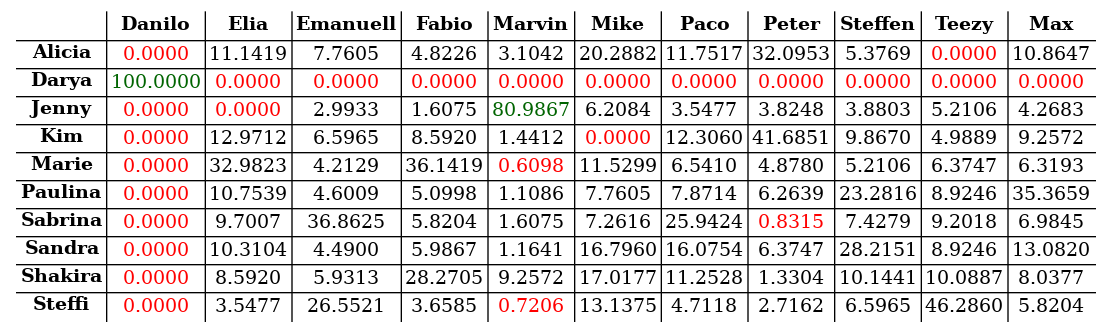
Before: s03r/s03r_tab.png, a diagram exported from Graphviz (atticus-sullivan/sim-ayto). Its source is kept beside it as s03r/s03r_tab.dot.
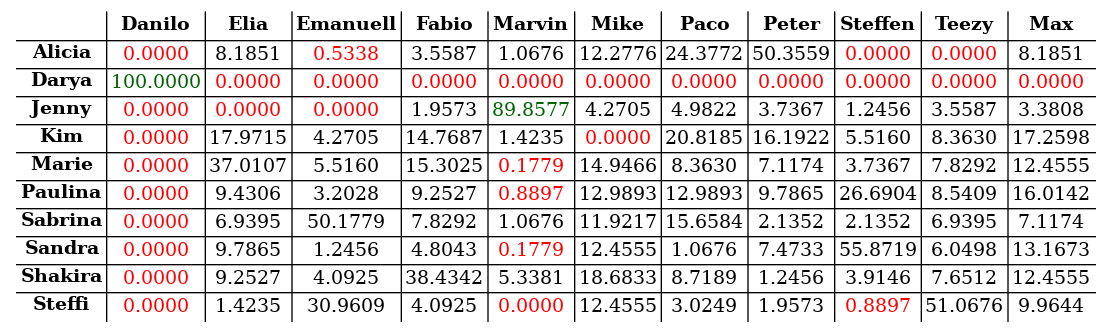
After the change.

Change to the diagram source:
```diff
@@ -17,16 +17,16 @@
 <tr>
 <td><B>Alicia</B></td>
 <td><font color="red">0.0000</font></td>
-<td><font color="black">11.1419</font></td>
-<td><font color="black">7.7605</font></td>
-<td><font color="black">4.8226</font></td>
-<td><font color="black">3.1042</font></td>
-<td><font color="black">20.2882</font></td>
-<td><font color="black">11.7517</font></td>
-<td><font color="black">32.0953</font></td>
-<td><font color="black">5.3769</font></td>
+<td><font color="black">8.1851</font></td>
+<td><font color="red">0.5338</font></td>
+<td><font color="black">3.5587</font></td>
+<td><font color="black">1.0676</font></td>
+<td><font color="black">12.2776</font></td>
+<td><font color="black">24.3772</font></td>
+<td><font color="black">50.3559</font></td>
 <td><font color="red">0.0000</font></td>
-<td><font color="black">10.8647</font></td>
+<td><font color="red">0.0000</font></td>
+<td><font color="black">8.1851</font></td>
 </tr>
 <tr>
 <td><B>Darya</B></td>
@@ -46,113 +46,113 @@
 <td><B>Jenny</B></td>
 <td><font color="red">0.0000</font></td>
 <td><font color="red">0.0000</font></td>
-<td><font color="black">2.9933</font></td>
-<td><font color="black">1.6075</font></td>
-<td><font color="darkgreen">80.9867</font></td>
-<td><font color="black">6.2084</font></td>
-<td><font color="black">3.5477</font></td>
-<td><font color="black">3.8248</font></td>
-<td><font color="black">3.8803</font></td>
-<td><font color="black">5.2106</font></td>
-<td><font color="black">4.2683</font></td>
+<td><font color="red">0.0000</font></td>
+<td><font color="black">1.9573</font></td>
+<td><font color="darkgreen">89.8577</font></td>
+<td><font color="black">4.2705</font></td>
+<td><font color="black">4.9822</font></td>
+<td><font color="black">3.7367</font></td>
+<td><font color="black">1.2456</font></td>
+<td><font color="black">3.5587</font></td>
+<td><font color="black">3.3808</font></td>
 </tr>
 <tr>
 <td><B>Kim</B></td>
 <td><font color="red">0.0000</font></td>
-<td><font color="black">12.9712</font></td>
-<td><font color="black">6.5965</font></td>
-<td><font color="black">8.5920</font></td>
-<td><font color="black">1.4412</font></td>
+<td><font color="black">17.9715</font></td>
+<td><font color="black">4.2705</font></td>
+<td><font color="black">14.7687</font></td>
+<td><font color="black">1.4235</font></td>
 <td><font color="red">0.0000</font></td>
-<td><font color="black">12.3060</font></td>
-<td><font color="black">41.6851</font></td>
-<td><font color="black">9.8670</font></td>
-<td><font color="black">4.9889</font></td>
-<td><font color="black">9.2572</font></td>
+<td><font color="black">20.8185</font></td>
+<td><font color="black">16.1922</font></td>
+<td><font color="black">5.5160</font></td>
+<td><font color="black">8.3630</font></td>
+<td><font color="black">17.2598</font></td>
 </tr>
 <tr>
 <td><B>Marie</B></td>
 <td><font color="red">0.0000</font></td>
-<td><font color="black">32.9823</font></td>
-<td><font color="black">4.2129</font></td>
-<td><font color="black">36.1419</font></td>
-<td><font color="red">0.6098</font></td>
-<td><font color="black">11.5299</font></td>
-<td><font color="black">6.5410</font></td>
-<td><font color="black">4.8780</font></td>
-<td><font color="black">5.2106</font></td>
-<td><font color="black">6.3747</font></td>
-<td><font color="black">6.3193</font></td>
+<td><font color="black">37.0107</font></td>
+<td><font color="black">5.5160</font></td>
+<td><font color="black">15.3025</font></td>
+<td><font color="red">0.1779</font></td>
+<td><font color="black">14.9466</font></td>
+<td><font color="black">8.3630</font></td>
+<td><font color="black">7.1174</font></td>
+<td><font color="black">3.7367</font></td>
+<td><font color="black">7.8292</font></td>
+<td><font color="black">12.4555</font></td>
 </tr>
 <tr>
 <td><B>Paulina</B></td>
 <td><font color="red">0.0000</font></td>
-<td><font color="black">10.7539</font></td>
-<td><font color="black">4.6009</font></td>
-<td><font color="black">5.0998</font></td>
-<td><font color="black">1.1086</font></td>
-<td><font color="black">7.7605</font></td>
-<td><font color="black">7.8714</font></td>
-<td><font color="black">6.2639</font></td>
-<td><font color="black">23.2816</font></td>
-<td><font color="black">8.9246</font></td>
-<td><font color="black">35.3659</font></td>
+<td><font color="black">9.4306</font></td>
+<td><font color="black">3.2028</font></td>
+<td><font color="black">9.2527</font></td>
+<td><font color="red">0.8897</font></td>
+<td><font color="black">12.9893</font></td>
+<td><font color="black">12.9893</font></td>
+<td><font color="black">9.7865</font></td>
+<td><font color="black">26.6904</font></td>
+<td><font color="black">8.5409</font></td>
+<td><font color="black">16.0142</font></td>
 </tr>
 <tr>
 <td><B>Sabrina</B></td>
 <td><font color="red">0.0000</font></td>
-<td><font color="black">9.7007</font></td>
-<td><font color="black">36.8625</font></td>
-<td><font color="black">5.8204</font></td>
-<td><font color="black">1.6075</font></td>
-<td><font color="black">7.2616</font></td>
-<td><font color="black">25.9424</font></td>
-<td><font color="red">0.8315</font></td>
-<td><font color="black">7.4279</font></td>
-<td><font color="black">9.2018</font></td>
-<td><font color="black">6.9845</font></td>
+<td><font color="black">6.9395</font></td>
+<td><font color="black">50.1779</font></td>
+<td><font color="black">7.8292</font></td>
+<td><font color="black">1.0676</font></td>
+<td><font color="black">11.9217</font></td>
+<td><font color="black">15.6584</font></td>
+<td><font color="black">2.1352</font></td>
+<td><font color="black">2.1352</font></td>
+<td><font color="black">6.9395</font></td>
+<td><font color="black">7.1174</font></td>
 </tr>
 <tr>
 <td><B>Sandra</B></td>
 <td><font color="red">0.0000</font></td>
-<td><font color="black">10.3104</font></td>
-<td><font color="black">4.4900</font></td>
-<td><font color="black">5.9867</font></td>
-<td><font color="black">1.1641</font></td>
-<td><font color="black">16.7960</font></td>
-<td><font color="black">16.0754</font></td>
-<td><font color="black">6.3747</font></td>
-<td><font color="black">28.2151</font></td>
-<td><font color="black">8.9246</font></td>
-<td><font color="black">13.0820</font></td>
+<td><font color="black">9.7865</font></td>
+<td><font color="black">1.2456</font></td>
+<td><font color="black">4.8043</font></td>
+<td><font color="red">0.1779</font></td>
+<td><font color="black">12.4555</font></td>
+<td><font color="black">1.0676</font></td>
+<td><font color="black">7.4733</font></td>
+<td><font color="black">55.8719</font></td>
+<td><font color="black">6.0498</font></td>
+<td><font color="black">13.1673</font></td>
 </tr>
 <tr>
 <td><B>Shakira</B></td>
 <td><font color="red">0.0000</font></td>
-<td><font color="black">8.5920</font></td>
-<td><font color="black">5.9313</font></td>
-<td><font color="black">28.2705</font></td>
-<td><font color="black">9.2572</font></td>
-<td><font color="black">17.0177</font></td>
-<td><font color="black">11.2528</font></td>
-<td><font color="black">1.3304</font></td>
-<td><font color="black">10.1441</font></td>
-<td><font color="black">10.0887</font></td>
-<td><font color="black">8.0377</font></td>
+<td><font color="black">9.2527</font></td>
+<td><font color="black">4.0925</font></td>
+<td><font color="black">38.4342</font></td>
+<td><font color="black">5.3381</font></td>
+<td><font color="black">18.6833</font></td>
+<td><font color="black">8.7189</font></td>
+<td><font color="black">1.2456</font></td>
+<td><font color="black">3.9146</font></td>
+<td><font color="black">7.6512</font></td>
+<td><font color="black">12.4555</font></td>
 </tr>
 <tr>
 <td><B>Steffi</B></td>
 <td><font color="red">0.0000</font></td>
-<td><font color="black">3.5477</font></td>
-<td><font color="black">26.5521</font></td>
-<td><font color="black">3.6585</font></td>
-<td><font color="red">0.7206</font></td>
-<td><font color="black">13.1375</font></td>
-<td><font color="black">4.7118</font></td>
-<td><font color="black">2.7162</font></td>
-<td><font color="black">6.5965</font></td>
-<td><font color="black">46.2860</font></td>
-<td><font color="black">5.8204</font></td>
+<td><font color="black">1.4235</font></td>
+<td><font color="black">30.9609</font></td>
+<td><font color="black">4.0925</font></td>
+<td><font color="red">0.0000</font></td>
+<td><font color="black">12.4555</font></td>
+<td><font color="black">3.0249</font></td>
+<td><font color="black">1.9573</font></td>
+<td><font color="red">0.8897</font></td>
+<td><font color="black">51.0676</font></td>
+<td><font color="black">9.9644</font></td>
 </tr>
 </table>
 >];}
```
